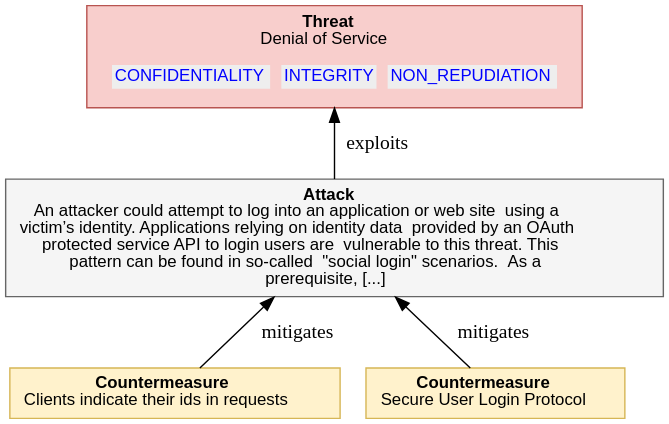
Earlier version of the PlantUML export report-examples/OAuth2/img/threatTree/4_4_1_13_CODE_SUBSTITUTION.svg (DavidCervigni/threat-models). Its source is kept beside it as report-examples/OAuth2/img/threatTree/4_4_1_13_CODE_SUBSTITUTION.puml. The source it was exported from:
```plantuml
@startuml
digraph G {
rankdir="BT";
  node [shape=plaintext, fontname="Arial" fontsize="12"];
    "4_4_1_13_CODE_SUBSTITUTION" [ fillcolor="#F8CECC", style=filled, shape=polygon, color="#B85450"
    label=
    <<table border="0" cellborder="0" cellspacing="0">
     <tr><td align="center"><b>Threat</b><br/>

Denial of Service
</td></tr>
     <tr><td><table border="0" cellborder="0" cellspacing="8"><tr>
                ret += secObj.linkedImpactMDText()
     <td align="center" href="#OAuth2.CONFIDENTIALITY" bgcolor="#EEEEEE"><font color="blue">CONFIDENTIALITY</font></td>
                ret += secObj.linkedImpactMDText()
     <td align="center" href="#OAuth2.INTEGRITY" bgcolor="#EEEEEE"><font color="blue">INTEGRITY</font></td>
                ret += secObj.linkedImpactMDText()
     <td align="center" href="#OAuth2.NON_REPUDIATION" bgcolor="#EEEEEE"><font color="blue">NON_REPUDIATION</font></td>
     </tr></table></td></tr>
   </table>>
   ];

"4_4_1_13_CODE_SUBSTITUTION_attack" [ fillcolor="#f5f5f5", style=filled, shape=polygon, color="#666666", label =
    <<table border="0" cellborder="0" cellspacing="0">
     <tr><td align="center"><b>Attack</b><br/>

An attacker could attempt to log into an application or web site  using a<br/>victim’s identity. Applications relying on identity data  provided by an OAuth<br/>protected service API to login users are  vulnerable to this threat. This<br/>pattern can be found in so-called  &quot;social login&quot; scenarios.  As a<br/>prerequisite, [...]
</td></tr>
   </table>>
    ]

"4_4_1_13_CODE_SUBSTITUTION_attack" -> "4_4_1_13_CODE_SUBSTITUTION"  [label = " exploits"]

    "4_4_1_13_CODE_SUBSTITUTION_countermeasure0" [
       fillcolor="#FFF2CC", style=filled, shape=polygon, color="#D6B656", label =
    <<table border="0" cellborder="0" cellspacing="0">
     <tr><td align="left"><b>Countermeasure</b><br/>

Clients indicate their ids in requests
</td></tr>
   </table>>
   ]

     "4_4_1_13_CODE_SUBSTITUTION_countermeasure0" -> "4_4_1_13_CODE_SUBSTITUTION_attack" [label = " mitigates"]

    "4_4_1_13_CODE_SUBSTITUTION_countermeasure1" [
       fillcolor="#FFF2CC", style=filled, shape=polygon, color="#D6B656", label =
    <<table border="0" cellborder="0" cellspacing="0">
     <tr><td align="left"><b>Countermeasure</b><br/>

Secure User Login Protocol
</td></tr>
   </table>>
   ]

     "4_4_1_13_CODE_SUBSTITUTION_countermeasure1" -> "4_4_1_13_CODE_SUBSTITUTION_attack" [label = " mitigates"]

}
@enduml
```
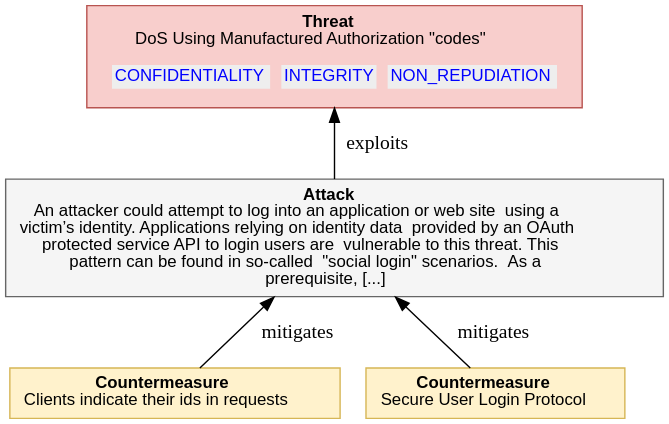
After the change.

What changed in the source:
```diff
@@ -7,7 +7,7 @@
     <<table border="0" cellborder="0" cellspacing="0">
      <tr><td align="center"><b>Threat</b><br/>
 
-Denial of Service
+DoS Using Manufactured Authorization &quot;codes&quot;
 </td></tr>
      <tr><td><table border="0" cellborder="0" cellspacing="8"><tr>
                 ret += secObj.linkedImpactMDText()
```
